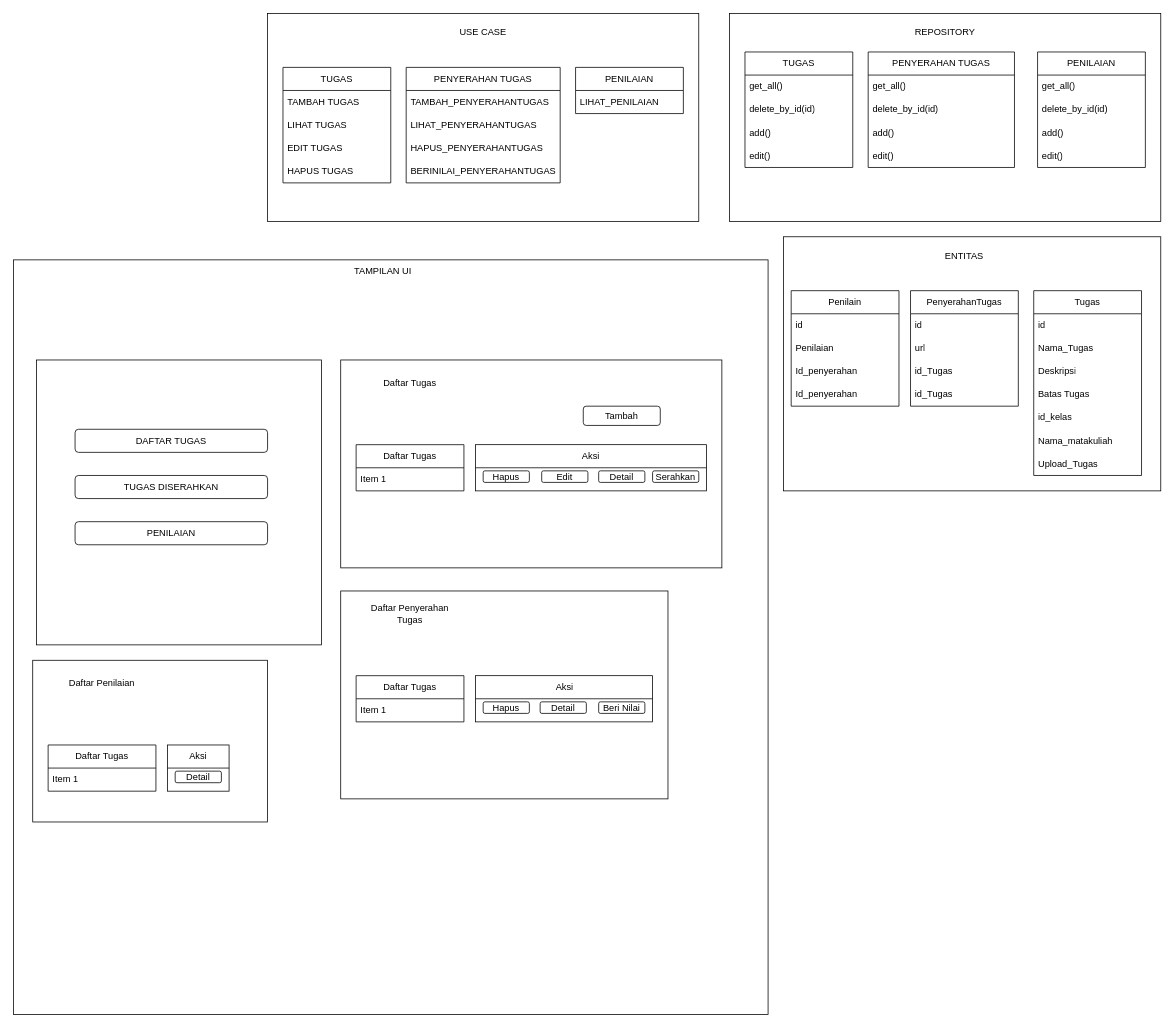
Before: Docs/rancangan-manajemen_tugas.drawio in dzulfikran/manajemen_tugas, a draw.io diagram. Source tidied: cells renumbered, new cells numbered last; positions are measured from the earlier drawing's top-left corner, leaving out a move shared by most shapes. Both pictures are drawn from the tidied source at 77%, with x=0, y=0 at pixel (13, 13).
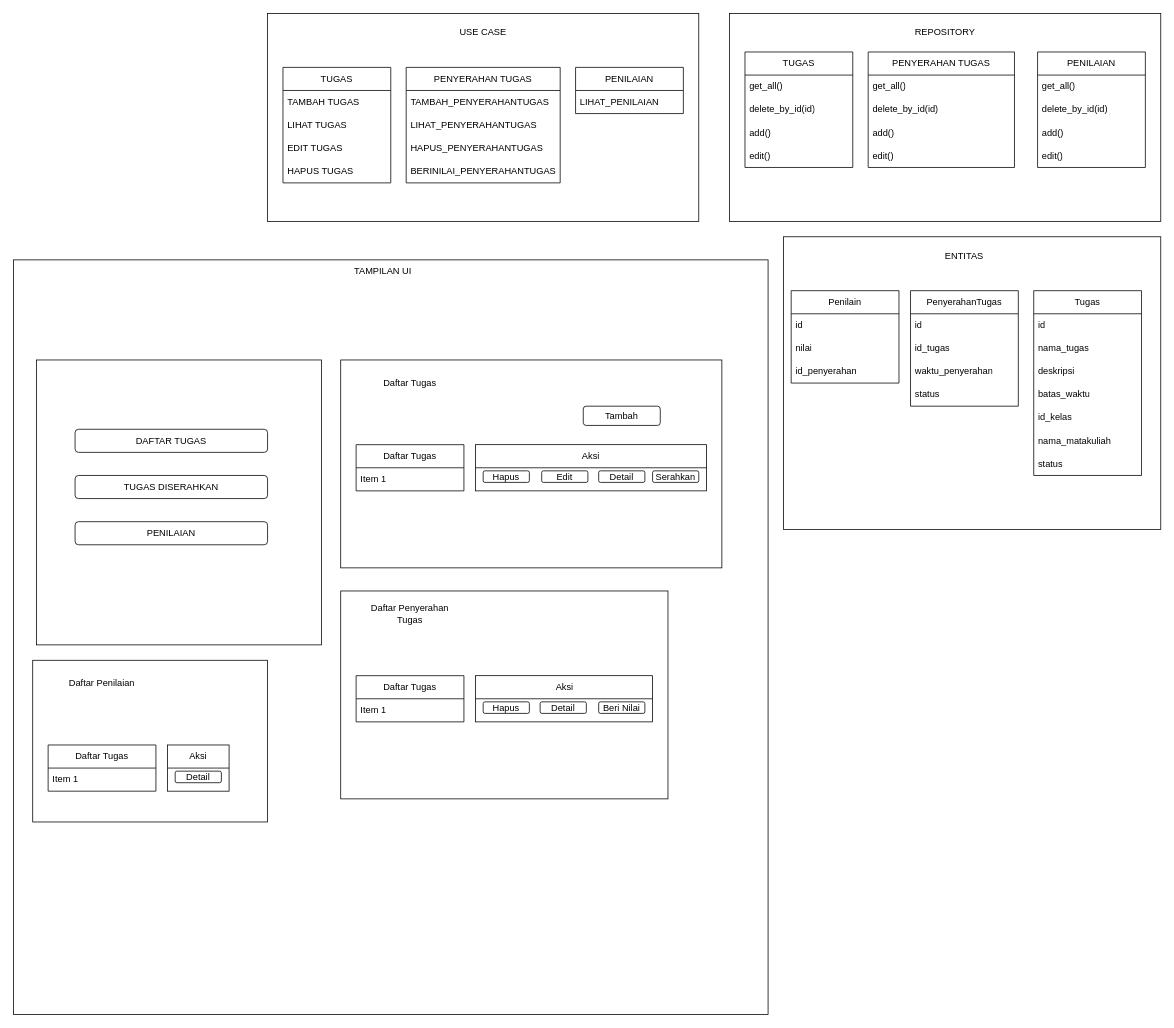
The same diagram, later.

The change refers to these unchanged cells:
```xml
<mxCell id="35" value="Tugas" style="swimlane;fontStyle=0;horizontal=1;startSize=30;whiteSpace=wrap;html=1;" parent="1" vertex="1">
  <mxGeometry x="1325" y="360" width="140" height="240" as="geometry" />
</mxCell>
<mxCell id="43" value="PenyerahanTugas" style="swimlane;fontStyle=0;horizontal=1;startSize=30;whiteSpace=wrap;html=1;" parent="1" vertex="1">
  <mxGeometry x="1165" y="360" width="140" height="150" as="geometry" />
</mxCell>
```

Change to the diagram source:
```diff
@@
     <mxCell id="33" style="rounded=0;whiteSpace=wrap;html=1;" parent="1" vertex="1">
-      <mxGeometry x="1000" y="290" width="490" height="330" as="geometry" />
+      <mxGeometry x="1000" y="290" width="490" height="380" as="geometry" />
     </mxCell>
@@
-    <mxCell id="37" value="Nama_Tugas" style="text;strokeColor=none;fillColor=none;align=left;verticalAlign=middle;spacingLeft=4;spacingRight=4;overflow=hidden;whiteSpace=wrap;html=1;" parent="35" vertex="1">
+    <mxCell id="37" value="nama_tugas" style="text;strokeColor=none;fillColor=none;align=left;verticalAlign=middle;spacingLeft=4;spacingRight=4;overflow=hidden;whiteSpace=wrap;html=1;" parent="35" vertex="1">
       <mxGeometry y="60" width="140" height="30" as="geometry" />
     </mxCell>
-    <mxCell id="38" value="Deskripsi" style="text;strokeColor=none;fillColor=none;align=left;verticalAlign=middle;spacingLeft=4;spacingRight=4;overflow=hidden;whiteSpace=wrap;html=1;" parent="35" vertex="1">
+    <mxCell id="38" value="deskripsi" style="text;strokeColor=none;fillColor=none;align=left;verticalAlign=middle;spacingLeft=4;spacingRight=4;overflow=hidden;whiteSpace=wrap;html=1;" parent="35" vertex="1">
       <mxGeometry y="90" width="140" height="30" as="geometry" />
     </mxCell>
-    <mxCell id="39" value="Batas Tugas" style="text;strokeColor=none;fillColor=none;align=left;verticalAlign=middle;spacingLeft=4;spacingRight=4;overflow=hidden;whiteSpace=wrap;html=1;" parent="35" vertex="1">
+    <mxCell id="39" value="batas_waktu" style="text;strokeColor=none;fillColor=none;align=left;verticalAlign=middle;spacingLeft=4;spacingRight=4;overflow=hidden;whiteSpace=wrap;html=1;" parent="35" vertex="1">
       <mxGeometry y="120" width="140" height="30" as="geometry" />
     </mxCell>
@@
-    <mxCell id="41" value="Nama_matakuliah" style="text;strokeColor=none;fillColor=none;align=left;verticalAlign=middle;spacingLeft=4;spacingRight=4;overflow=hidden;whiteSpace=wrap;html=1;" parent="35" vertex="1">
+    <mxCell id="41" value="nama_matakuliah" style="text;strokeColor=none;fillColor=none;align=left;verticalAlign=middle;spacingLeft=4;spacingRight=4;overflow=hidden;whiteSpace=wrap;html=1;" parent="35" vertex="1">
       <mxGeometry y="180" width="140" height="30" as="geometry" />
     </mxCell>
-    <mxCell id="42" value="Upload_Tugas" style="text;strokeColor=none;fillColor=none;align=left;verticalAlign=middle;spacingLeft=4;spacingRight=4;overflow=hidden;whiteSpace=wrap;html=1;" parent="35" vertex="1">
-      <mxGeometry y="210" width="140" height="30" as="geometry" />
-    </mxCell>
+    <mxCell id="89" value="status" style="text;strokeColor=none;fillColor=none;align=left;verticalAlign=middle;spacingLeft=4;spacingRight=4;overflow=hidden;whiteSpace=wrap;html=1;" parent="35" vertex="1">
+      <mxGeometry y="210" width="140" height="30" as="geometry" />
+    </mxCell>
@@
-    <mxCell id="45" value="url" style="text;strokeColor=none;fillColor=none;align=left;verticalAlign=middle;spacingLeft=4;spacingRight=4;overflow=hidden;whiteSpace=wrap;html=1;" parent="43" vertex="1">
+    <mxCell id="45" value="id_tugas" style="text;strokeColor=none;fillColor=none;align=left;verticalAlign=middle;spacingLeft=4;spacingRight=4;overflow=hidden;whiteSpace=wrap;html=1;" parent="43" vertex="1">
       <mxGeometry y="60" width="140" height="30" as="geometry" />
     </mxCell>
-    <mxCell id="46" value="id_Tugas" style="text;strokeColor=none;fillColor=none;align=left;verticalAlign=middle;spacingLeft=4;spacingRight=4;overflow=hidden;whiteSpace=wrap;html=1;" parent="43" vertex="1">
+    <mxCell id="46" value="waktu_penyerahan" style="text;strokeColor=none;fillColor=none;align=left;verticalAlign=middle;spacingLeft=4;spacingRight=4;overflow=hidden;whiteSpace=wrap;html=1;" parent="43" vertex="1">
       <mxGeometry y="90" width="140" height="30" as="geometry" />
     </mxCell>
-    <mxCell id="47" value="id_Tugas" style="text;strokeColor=none;fillColor=none;align=left;verticalAlign=middle;spacingLeft=4;spacingRight=4;overflow=hidden;whiteSpace=wrap;html=1;" parent="43" vertex="1">
-      <mxGeometry y="120" width="140" height="30" as="geometry" />
-    </mxCell>
+    <mxCell id="90" value="status" style="text;strokeColor=none;fillColor=none;align=left;verticalAlign=middle;spacingLeft=4;spacingRight=4;overflow=hidden;whiteSpace=wrap;html=1;" parent="43" vertex="1">
+      <mxGeometry y="120" width="140" height="30" as="geometry" />
+    </mxCell>
     <mxCell id="48" value="Penilain" style="swimlane;fontStyle=0;horizontal=1;startSize=30;whiteSpace=wrap;html=1;" parent="1" vertex="1">
-      <mxGeometry x="1010" y="360" width="140" height="150" as="geometry" />
+      <mxGeometry x="1010" y="360" width="140" height="120" as="geometry" />
     </mxCell>
@@
-    <mxCell id="50" value="Penilaian" style="text;strokeColor=none;fillColor=none;align=left;verticalAlign=middle;spacingLeft=4;spacingRight=4;overflow=hidden;whiteSpace=wrap;html=1;" parent="48" vertex="1">
+    <mxCell id="50" value="nilai" style="text;strokeColor=none;fillColor=none;align=left;verticalAlign=middle;spacingLeft=4;spacingRight=4;overflow=hidden;whiteSpace=wrap;html=1;" parent="48" vertex="1">
       <mxGeometry y="60" width="140" height="30" as="geometry" />
     </mxCell>
-    <mxCell id="51" value="Id_penyerahan" style="text;strokeColor=none;fillColor=none;align=left;verticalAlign=middle;spacingLeft=4;spacingRight=4;overflow=hidden;whiteSpace=wrap;html=1;" parent="48" vertex="1">
+    <mxCell id="51" value="id_penyerahan" style="text;strokeColor=none;fillColor=none;align=left;verticalAlign=middle;spacingLeft=4;spacingRight=4;overflow=hidden;whiteSpace=wrap;html=1;" parent="48" vertex="1">
       <mxGeometry y="90" width="140" height="30" as="geometry" />
     </mxCell>
-    <mxCell id="52" value="Id_penyerahan" style="text;strokeColor=none;fillColor=none;align=left;verticalAlign=middle;spacingLeft=4;spacingRight=4;overflow=hidden;whiteSpace=wrap;html=1;" parent="48" vertex="1">
-      <mxGeometry y="120" width="140" height="30" as="geometry" />
-    </mxCell>
```
